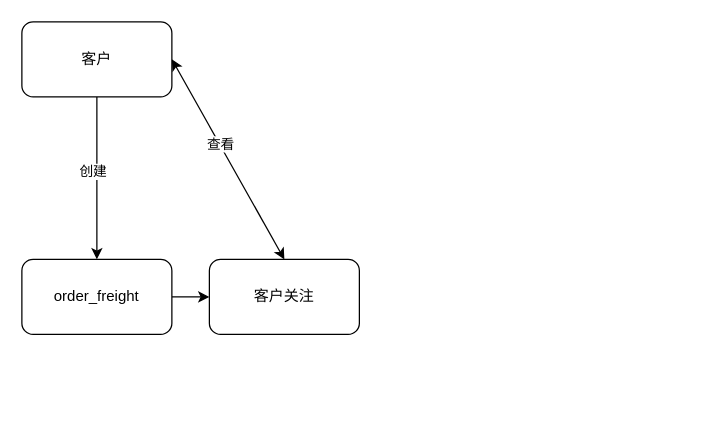
Above: 20210423箱信订单.drawio in gongyao1992/draw (draw.io), before the change. Source tidied: cells renumbered, new cells numbered last; positions are measured from the earlier drawing's top-left corner, leaving out a move shared by most shapes. Both pictures are drawn from the tidied source at 125%, with x=0, y=0 at pixel (21, 21).
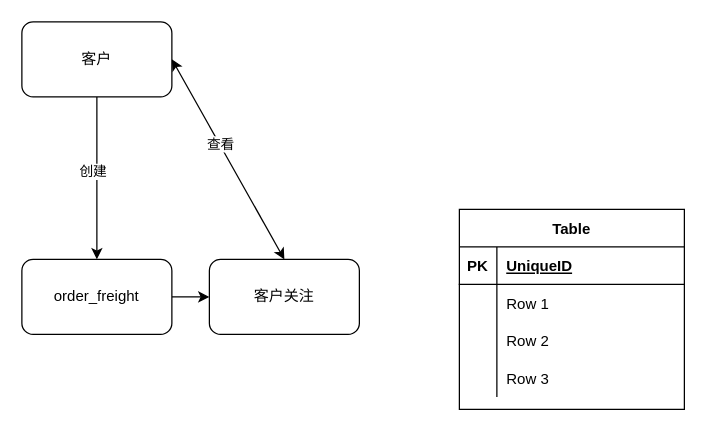
The same diagram, later.

Commit message:
更新20210423箱信订单.drawio

Change to the diagram source:
```diff
@@
+    <mxCell id="10" value="Table" style="shape=table;startSize=30;childLayout=tableLayout;rowLines=0;fontStyle=1;align=center;" parent="1" vertex="1">
+      <mxGeometry x="350" y="150" width="180" height="160" as="geometry" />
+    </mxCell>
+    <mxCell id="11" style="shape=partialRectangle;fillColor=none;top=0;left=0;bottom=1;right=0;" parent="10" vertex="1">
+      <mxGeometry y="30" width="180" height="30" as="geometry" />
+    </mxCell>
+    <mxCell id="12" value="PK" style="shape=partialRectangle;fillColor=none;top=0;left=0;bottom=0;right=0;fontStyle=1;overflow=hidden;" parent="11" vertex="1">
+      <mxGeometry width="30" height="30" as="geometry" />
+    </mxCell>
+    <mxCell id="13" value="UniqueID" style="shape=partialRectangle;fillColor=none;top=0;left=0;bottom=0;right=0;align=left;spacingLeft=6;fontStyle=5;overflow=hidden;" parent="11" vertex="1">
+      <mxGeometry x="30" width="150" height="30" as="geometry" />
+    </mxCell>
+    <mxCell id="14" style="shape=partialRectangle;fillColor=none;top=0;left=0;bottom=0;right=0;" parent="10" vertex="1">
+      <mxGeometry y="60" width="180" height="30" as="geometry" />
+    </mxCell>
+    <mxCell id="15" style="shape=partialRectangle;fillColor=none;top=0;left=0;bottom=0;right=0;overflow=hidden;" parent="14" vertex="1">
+      <mxGeometry width="30" height="30" as="geometry" />
+    </mxCell>
+    <mxCell id="16" value="Row 1" style="shape=partialRectangle;fillColor=none;top=0;left=0;bottom=0;right=0;align=left;spacingLeft=6;overflow=hidden;" parent="14" vertex="1">
+      <mxGeometry x="30" width="150" height="30" as="geometry" />
+    </mxCell>
+    <mxCell id="17" style="shape=partialRectangle;fillColor=none;top=0;left=0;bottom=0;right=0;" parent="10" vertex="1">
+      <mxGeometry y="90" width="180" height="30" as="geometry" />
+    </mxCell>
+    <mxCell id="18" style="shape=partialRectangle;fillColor=none;top=0;left=0;bottom=0;right=0;overflow=hidden;" parent="17" vertex="1">
+      <mxGeometry width="30" height="30" as="geometry" />
+    </mxCell>
+    <mxCell id="19" value="Row 2" style="shape=partialRectangle;fillColor=none;top=0;left=0;bottom=0;right=0;align=left;spacingLeft=6;overflow=hidden;" parent="17" vertex="1">
+      <mxGeometry x="30" width="150" height="30" as="geometry" />
+    </mxCell>
+    <mxCell id="20" style="shape=partialRectangle;fillColor=none;top=0;left=0;bottom=0;right=0;" parent="10" vertex="1">
+      <mxGeometry y="120" width="180" height="30" as="geometry" />
+    </mxCell>
+    <mxCell id="21" style="shape=partialRectangle;fillColor=none;top=0;left=0;bottom=0;right=0;overflow=hidden;" parent="20" vertex="1">
+      <mxGeometry width="30" height="30" as="geometry" />
+    </mxCell>
+    <mxCell id="22" value="Row 3" style="shape=partialRectangle;fillColor=none;top=0;left=0;bottom=0;right=0;align=left;spacingLeft=6;overflow=hidden;" parent="20" vertex="1">
+      <mxGeometry x="30" width="150" height="30" as="geometry" />
+    </mxCell>
```
